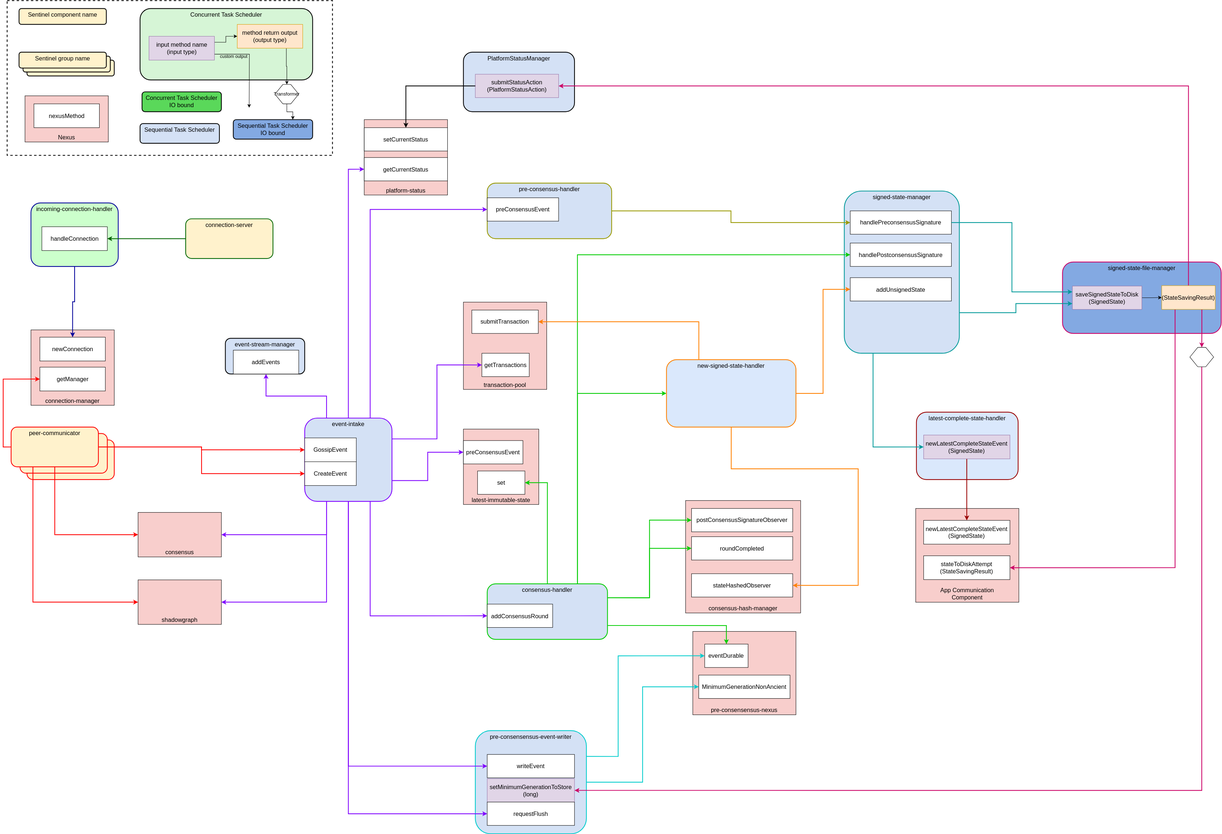
Before: platform-sdk/docs/core/components-wip.svg, a diagram exported from draw.io (mmalik-al/hedera-services). Source tidied: cells renumbered, new cells last; positions are measured from the earlier drawing's top-left corner, leaving out a move shared by most shapes.
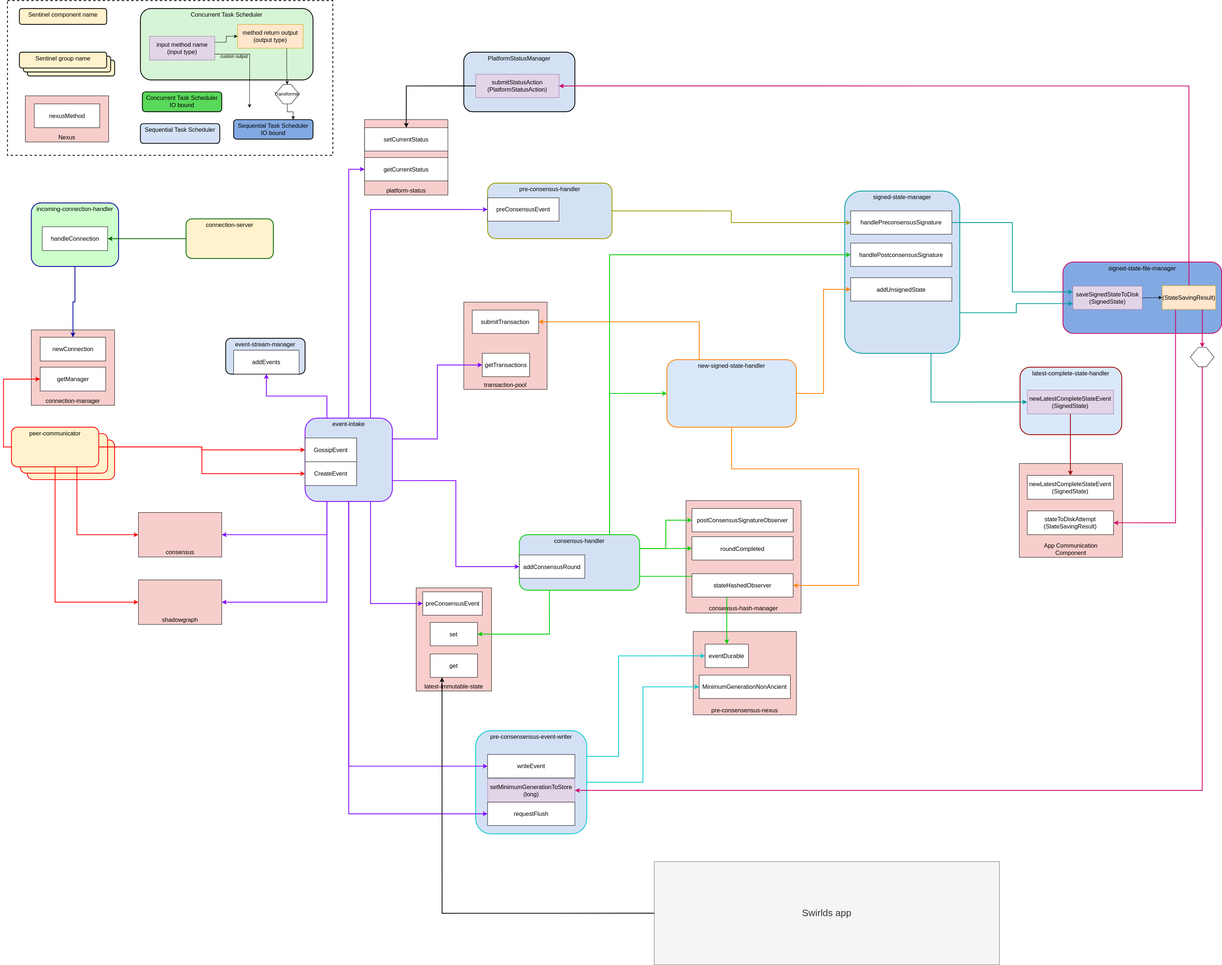
After the commit.

What changed in the source:
```diff
@@ -53,10 +53,10 @@
       <mxGeometry relative="1" as="geometry" />
     </mxCell>
     <mxCell id="17" value="&lt;span style=&quot;font-size: 15px;&quot;&gt;consensus-handler&lt;/span&gt;" style="rounded=1;whiteSpace=wrap;html=1;verticalAlign=top;fillColor=#D4E1F5;fontSize=15;fontStyle=0;strokeWidth=2;strokeColor=#00CC00;" parent="1" vertex="1">
-      <mxGeometry x="1210" y="1470" width="303.2" height="140" as="geometry" />
+      <mxGeometry x="1290" y="1346" width="303.2" height="140" as="geometry" />
     </mxCell>
     <mxCell id="18" value="addConsensusRound" style="rounded=0;whiteSpace=wrap;html=1;fontSize=15;fontStyle=0;" parent="1" vertex="1">
-      <mxGeometry x="1210" y="1521.1" width="165" height="58.9" as="geometry" />
+      <mxGeometry x="1290" y="1397.1" width="165" height="58.9" as="geometry" />
     </mxCell>
     <mxCell id="19" value="&lt;span style=&quot;font-size: 15px;&quot;&gt;event-stream-manager&lt;/span&gt;" style="rounded=1;whiteSpace=wrap;html=1;verticalAlign=top;fillColor=#D4E1F5;fontSize=15;fontStyle=0;strokeWidth=2;" parent="1" vertex="1">
       <mxGeometry x="550" y="851.1" width="200" height="90" as="geometry" />
@@ -139,15 +139,12 @@
     <mxCell id="45" style="edgeStyle=orthogonalEdgeStyle;rounded=0;jettySize=auto;html=1;exitX=0.25;exitY=0;exitDx=0;exitDy=0;entryX=0.5;entryY=1;entryDx=0;entryDy=0;strokeColor=#7F00FF;strokeWidth=2;fontSize=15;fontStyle=0;" parent="1" edge="1" source="51" target="20">
       <mxGeometry relative="1" as="geometry" />
     </mxCell>
-    <mxCell id="46" style="edgeStyle=orthogonalEdgeStyle;rounded=0;jettySize=auto;html=1;exitX=0.75;exitY=1;exitDx=0;exitDy=0;entryX=0;entryY=0.5;entryDx=0;entryDy=0;strokeColor=#7F00FF;strokeWidth=2;fontSize=15;fontStyle=0;" parent="1" edge="1" source="51" target="18">
+    <mxCell id="46" style="edgeStyle=orthogonalEdgeStyle;rounded=0;jettySize=auto;html=1;exitX=1;exitY=0.75;exitDx=0;exitDy=0;entryX=0;entryY=0.5;entryDx=0;entryDy=0;strokeColor=#7F00FF;strokeWidth=2;fontSize=15;fontStyle=0;" parent="1" edge="1" source="51" target="18">
       <mxGeometry relative="1" as="geometry" />
     </mxCell>
     <mxCell id="47" style="edgeStyle=orthogonalEdgeStyle;rounded=0;jettySize=auto;html=1;exitX=0.75;exitY=0;exitDx=0;exitDy=0;entryX=0;entryY=0.5;entryDx=0;entryDy=0;strokeColor=#7F00FF;strokeWidth=2;fontSize=15;fontStyle=0;" parent="1" edge="1" source="51" target="7">
       <mxGeometry relative="1" as="geometry" />
     </mxCell>
-    <mxCell id="48" style="edgeStyle=orthogonalEdgeStyle;rounded=0;jettySize=auto;html=1;exitX=1;exitY=0.75;exitDx=0;exitDy=0;entryX=0;entryY=0.5;entryDx=0;entryDy=0;strokeColor=#7F00FF;strokeWidth=2;fontSize=15;fontStyle=0;" parent="1" edge="1" source="51" target="55">
-      <mxGeometry relative="1" as="geometry" />
-    </mxCell>
     <mxCell id="49" style="edgeStyle=orthogonalEdgeStyle;rounded=0;jettySize=auto;html=1;exitX=0.25;exitY=1;exitDx=0;exitDy=0;entryX=1;entryY=0.5;entryDx=0;entryDy=0;strokeWidth=2;fontSize=15;strokeColor=#7F00FF;fontStyle=0;" parent="1" edge="1" source="51" target="77">
       <mxGeometry relative="1" as="geometry" />
     </mxCell>
@@ -164,13 +161,13 @@
       <mxGeometry x="750" y="1162.2" width="130" height="60" as="geometry" />
     </mxCell>
     <mxCell id="54" value="&lt;span style=&quot;font-size: 15px;&quot;&gt;latest-immutable-state&lt;/span&gt;" style="rounded=0;whiteSpace=wrap;html=1;verticalAlign=bottom;fillColor=#F8CECC;fontSize=15;fontStyle=0;" parent="1" vertex="1">
-      <mxGeometry x="1150" y="1080" width="190" height="190" as="geometry" />
+      <mxGeometry x="1030" y="1480" width="190" height="260" as="geometry" />
     </mxCell>
     <mxCell id="55" value="preConsensusEvent" style="rounded=0;whiteSpace=wrap;html=1;fontSize=15;fontStyle=0;" parent="1" vertex="1">
-      <mxGeometry x="1150" y="1108.9" width="150" height="58.9" as="geometry" />
+      <mxGeometry x="1046.6" y="1490" width="150" height="58.9" as="geometry" />
     </mxCell>
     <mxCell id="56" value="set" style="rounded=0;whiteSpace=wrap;html=1;fontSize=15;fontStyle=0;" parent="1" vertex="1">
-      <mxGeometry x="1185.7" y="1185.5" width="119.3" height="58.9" as="geometry" />
+      <mxGeometry x="1065.3" y="1567.2" width="119.3" height="58.9" as="geometry" />
     </mxCell>
     <mxCell id="57" style="edgeStyle=orthogonalEdgeStyle;rounded=0;jettySize=auto;html=1;exitX=0.25;exitY=0;exitDx=0;exitDy=0;entryX=1;entryY=0.5;entryDx=0;entryDy=0;fontSize=15;fontStyle=0;strokeColor=#FF8000;strokeWidth=2;fillColor=#DAE8FC;" parent="1" edge="1" source="60" target="23">
       <mxGeometry relative="1" as="geometry" />
@@ -190,7 +187,7 @@
     <mxCell id="60" value="&lt;span style=&quot;font-size: 15px;&quot;&gt;new-signed-state-handler&lt;/span&gt;" style="rounded=1;whiteSpace=wrap;html=1;verticalAlign=top;fillColor=#dae8fc;fontSize=15;fontStyle=0;strokeWidth=2;strokeColor=#FF8000;" parent="1" vertex="1">
       <mxGeometry x="1661.8" y="905" width="326.3" height="170" as="geometry" />
     </mxCell>
-    <mxCell id="61" style="edgeStyle=orthogonalEdgeStyle;rounded=0;jettySize=auto;html=1;exitX=0.5;exitY=0;exitDx=0;exitDy=0;entryX=1;entryY=0.5;entryDx=0;entryDy=0;fontSize=15;fontStyle=0;strokeColor=#00CC00;strokeWidth=2;" parent="1" edge="1" source="17" target="56">
+    <mxCell id="61" style="edgeStyle=orthogonalEdgeStyle;rounded=0;jettySize=auto;html=1;exitX=0.25;exitY=1;exitDx=0;exitDy=0;entryX=1;entryY=0.5;entryDx=0;entryDy=0;fontSize=15;fontStyle=0;strokeColor=#00CC00;strokeWidth=2;" parent="1" edge="1" source="17" target="56">
       <mxGeometry relative="1" as="geometry" />
     </mxCell>
     <mxCell id="62" style="edgeStyle=orthogonalEdgeStyle;rounded=0;jettySize=auto;html=1;exitX=1;exitY=0.5;exitDx=0;exitDy=0;entryX=0;entryY=0.5;entryDx=0;entryDy=0;fontSize=15;fontStyle=0;strokeColor=#999900;strokeWidth=2;fillColor=#DAE8FC;" parent="1" edge="1" source="6" target="11">
@@ -229,7 +226,7 @@
     <mxCell id="73" style="edgeStyle=orthogonalEdgeStyle;rounded=0;jettySize=auto;html=1;exitX=1;exitY=0.5;exitDx=0;exitDy=0;entryX=0;entryY=0.5;entryDx=0;entryDy=0;strokeWidth=2;strokeColor=#FF0000;" parent="1" edge="1" source="75" target="53">
       <mxGeometry relative="1" as="geometry" />
     </mxCell>
-    <mxCell id="74" style="edgeStyle=orthogonalEdgeStyle;rounded=0;jettySize=auto;html=1;exitX=0.5;exitY=1;exitDx=0;exitDy=0;entryX=0;entryY=0.5;entryDx=0;entryDy=0;strokeColor=#FF0000;strokeWidth=2;" parent="1" edge="1" source="75" target="80">
+    <mxCell id="74" style="edgeStyle=orthogonalEdgeStyle;rounded=0;jettySize=auto;html=1;exitX=0.75;exitY=1;exitDx=0;exitDy=0;entryX=0;entryY=0.5;entryDx=0;entryDy=0;strokeColor=#FF0000;strokeWidth=2;" parent="1" edge="1" source="75" target="80">
       <mxGeometry relative="1" as="geometry" />
     </mxCell>
     <mxCell id="75" value="peer-communicator" style="rounded=1;whiteSpace=wrap;html=1;verticalAlign=top;fillColor=#FFF2CC;fontSize=15;fontStyle=0;strokeWidth=2;strokeColor=#FF0000;" parent="1" vertex="1">
@@ -244,7 +241,7 @@
     <mxCell id="78" style="edgeStyle=orthogonalEdgeStyle;rounded=0;jettySize=auto;html=1;exitX=0;exitY=0.5;exitDx=0;exitDy=0;entryX=1;entryY=0.5;entryDx=0;entryDy=0;strokeWidth=2;strokeColor=#006600;" parent="1" edge="1" source="63" target="65">
       <mxGeometry relative="1" as="geometry" />
     </mxCell>
-    <mxCell id="79" style="edgeStyle=orthogonalEdgeStyle;rounded=0;jettySize=auto;html=1;exitX=0.25;exitY=1;exitDx=0;exitDy=0;entryX=0;entryY=0.5;entryDx=0;entryDy=0;strokeWidth=2;strokeColor=#FF0000;" parent="1" edge="1" source="75" target="77">
+    <mxCell id="79" style="edgeStyle=orthogonalEdgeStyle;rounded=0;jettySize=auto;html=1;exitX=0.5;exitY=1;exitDx=0;exitDy=0;entryX=0;entryY=0.5;entryDx=0;entryDy=0;strokeWidth=2;strokeColor=#FF0000;" parent="1" edge="1" source="75" target="77">
       <mxGeometry relative="1" as="geometry" />
     </mxCell>
     <mxCell id="80" value="consensus" style="rounded=0;whiteSpace=wrap;html=1;verticalAlign=bottom;fillColor=#F8CECC;fontSize=15;fontStyle=0;" parent="1" vertex="1">
@@ -306,10 +303,10 @@
       <mxGeometry x="357.5" y="90" width="165" height="60" as="geometry" />
     </mxCell>
     <mxCell id="98" value="App Communication&lt;br&gt;Component" style="rounded=0;whiteSpace=wrap;html=1;verticalAlign=bottom;fillColor=#F8CECC;fontSize=15;fontStyle=0;" parent="1" vertex="1">
-      <mxGeometry x="2290" y="1280" width="260" height="236.4" as="geometry" />
+      <mxGeometry x="2550" y="1166.7" width="260" height="236.4" as="geometry" />
     </mxCell>
     <mxCell id="99" value="stateToDiskAttempt&lt;br&gt;(StateSavingResult)" style="rounded=0;whiteSpace=wrap;html=1;fontSize=15;fontStyle=0;fillColor=default;strokeColor=default;" parent="1" vertex="1">
-      <mxGeometry x="2310" y="1399.3" width="217.5" height="60" as="geometry" />
+      <mxGeometry x="2570" y="1286" width="217.5" height="60" as="geometry" />
     </mxCell>
     <mxCell id="100" style="edgeStyle=orthogonalEdgeStyle;rounded=0;jettySize=auto;html=1;exitX=0.25;exitY=1;exitDx=0;exitDy=0;entryX=1;entryY=0.5;entryDx=0;entryDy=0;strokeWidth=2;fontSize=15;strokeColor=#CC0066;fontStyle=0;fillColor=#DAE8FC;" parent="1" edge="1" source="112" target="99">
       <mxGeometry relative="1" as="geometry" />
@@ -327,18 +324,18 @@
       <mxGeometry relative="1" as="geometry" />
     </mxCell>
     <mxCell id="105" value="newLatestCompleteStateEvent&lt;br&gt;(SignedState)" style="rounded=0;whiteSpace=wrap;html=1;fontSize=15;fontStyle=0;fillColor=default;strokeColor=default;" parent="1" vertex="1">
-      <mxGeometry x="2310" y="1310" width="217.5" height="60" as="geometry" />
+      <mxGeometry x="2570" y="1196.7" width="217.5" height="60" as="geometry" />
     </mxCell>
     <mxCell id="106" value="&lt;span style=&quot;font-size: 15px;&quot;&gt;latest-complete-state-handler&lt;/span&gt;" style="rounded=1;whiteSpace=wrap;html=1;verticalAlign=top;fillColor=#dae8fc;fontSize=15;fontStyle=0;strokeWidth=2;strokeColor=#990000;" parent="1" vertex="1">
-      <mxGeometry x="2291.8" y="1037.2" width="256.3" height="170" as="geometry" />
+      <mxGeometry x="2551.8" y="923.9" width="256.3" height="170" as="geometry" />
     </mxCell>
     <mxCell id="107" style="edgeStyle=orthogonalEdgeStyle;rounded=0;jettySize=auto;html=1;exitX=0.5;exitY=1;exitDx=0;exitDy=0;entryX=0.5;entryY=0;entryDx=0;entryDy=0;strokeWidth=2;strokeColor=#990000;" parent="1" edge="1" source="108" target="105">
       <mxGeometry relative="1" as="geometry" />
     </mxCell>
     <mxCell id="108" value="newLatestCompleteStateEvent&lt;br&gt;(SignedState)" style="rounded=0;whiteSpace=wrap;html=1;fontSize=15;fontStyle=0;fillColor=#e1d5e7;strokeColor=#9673a6;" parent="1" vertex="1">
-      <mxGeometry x="2310" y="1095" width="217.5" height="60" as="geometry" />
+      <mxGeometry x="2570" y="981.7" width="217.5" height="60" as="geometry" />
     </mxCell>
-    <mxCell id="109" style="edgeStyle=orthogonalEdgeStyle;rounded=0;jettySize=auto;html=1;exitX=0.25;exitY=1;exitDx=0;exitDy=0;entryX=0;entryY=0.5;entryDx=0;entryDy=0;strokeWidth=2;fontSize=15;strokeColor=#009999;fillColor=#DAE8FC;fontStyle=0;" parent="1" edge="1" source="9" target="108">
+    <mxCell id="109" style="edgeStyle=orthogonalEdgeStyle;rounded=0;jettySize=auto;html=1;exitX=0.75;exitY=1;exitDx=0;exitDy=0;entryX=0;entryY=0.5;entryDx=0;entryDy=0;strokeWidth=2;fontSize=15;strokeColor=#009999;fillColor=#DAE8FC;fontStyle=0;" parent="1" edge="1" source="9" target="108">
       <mxGeometry relative="1" as="geometry" />
     </mxCell>
     <mxCell id="110" value="handlePostconsensusSignature" style="rounded=0;whiteSpace=wrap;html=1;fontSize=15;fontStyle=0;" parent="1" vertex="1">
@@ -359,5 +356,17 @@
     <mxCell id="115" value="Transformer" style="shape=hexagon;perimeter=hexagonPerimeter2;whiteSpace=wrap;html=1;fixedSize=1;" parent="1" vertex="1">
       <mxGeometry x="675" y="211.4" width="60" height="48.9" as="geometry" />
     </mxCell>
+    <mxCell id="116" value="Swirlds app" style="rounded=0;whiteSpace=wrap;html=1;fillColor=#f5f5f5;fontColor=#333333;strokeColor=#666666;fontSize=24;" parent="1" vertex="1">
+      <mxGeometry x="1630" y="2170" width="870" height="260" as="geometry" />
+    </mxCell>
+    <mxCell id="48" style="edgeStyle=orthogonalEdgeStyle;rounded=0;jettySize=auto;html=1;exitX=0.75;exitY=1;exitDx=0;exitDy=0;entryX=0;entryY=0.5;entryDx=0;entryDy=0;strokeColor=#7F00FF;strokeWidth=2;fontSize=15;fontStyle=0;" parent="1" edge="1" source="51" target="55">
+      <mxGeometry relative="1" as="geometry" />
+    </mxCell>
+    <mxCell id="117" value="get" style="rounded=0;whiteSpace=wrap;html=1;fontSize=15;fontStyle=0;" parent="1" vertex="1">
+      <mxGeometry x="1065.3" y="1646.7" width="119.3" height="58.9" as="geometry" />
+    </mxCell>
+    <mxCell id="118" style="edgeStyle=orthogonalEdgeStyle;rounded=0;jettySize=auto;html=1;exitX=0;exitY=0.5;exitDx=0;exitDy=0;entryX=0.25;entryY=1;entryDx=0;entryDy=0;strokeWidth=2;" parent="1" edge="1" source="116" target="117">
+      <mxGeometry relative="1" as="geometry" />
+    </mxCell>
   </root>
 </mxGraphModel>
```
